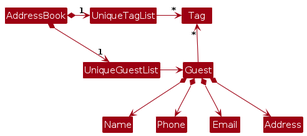
Before: diagrams/BetterModelClassDiagram.png, a diagram exported from PlantUML (AY2425S2-CS2103T-W09-2/tp). Its source is kept beside it as diagrams/BetterModelClassDiagram.puml. The source it was exported from:
```plantuml
@startuml
!include style.puml
skinparam arrowThickness 1.1
skinparam arrowColor MODEL_COLOR
skinparam classBackgroundColor MODEL_COLOR

AddressBook *-right-> "1" UniqueGuestList
AddressBook *-right-> "1" UniqueTagList
UniqueTagList -[hidden]down- UniqueGuestList
UniqueTagList -[hidden]down- UniqueGuestList

UniqueTagList -right-> "*" Tag
UniqueGuestList -right-> Guest

Guest -up-> "*" Tag

Guest *--> Name
Guest *--> Phone
Guest *--> Email
Guest *--> Address
@enduml
```
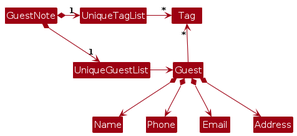
Later version of the same file.

Change to the diagram source:
```diff
@@ -4,8 +4,8 @@
 skinparam arrowColor MODEL_COLOR
 skinparam classBackgroundColor MODEL_COLOR
 
-AddressBook *-right-> "1" UniqueGuestList
-AddressBook *-right-> "1" UniqueTagList
+GuestNote *-right-> "1" UniqueGuestList
+GuestNote *-right-> "1" UniqueTagList
 UniqueTagList -[hidden]down- UniqueGuestList
 UniqueTagList -[hidden]down- UniqueGuestList
 
```
